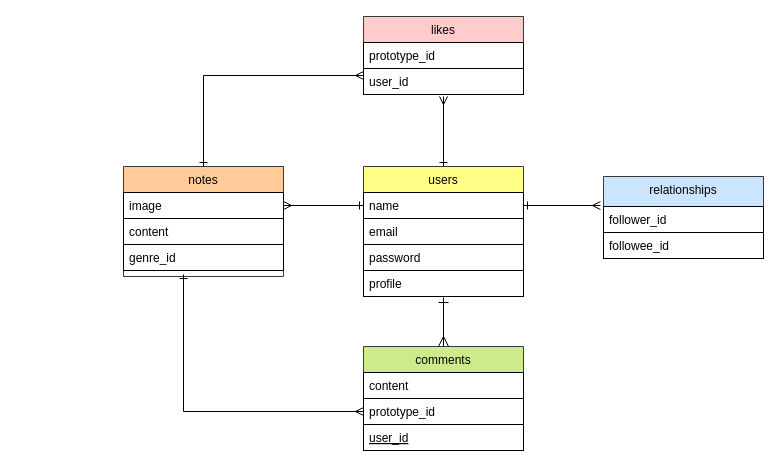
Earlier version of the draw.io diagram draw.dio (sakimomo/your_note). Source tidied: cells renumbered, new cells numbered last; positions are measured from the earlier drawing's top-left corner, leaving out a move shared by most shapes. Both pictures are drawn from the tidied source at 100%, with x=0, y=0 at pixel (123, 16).
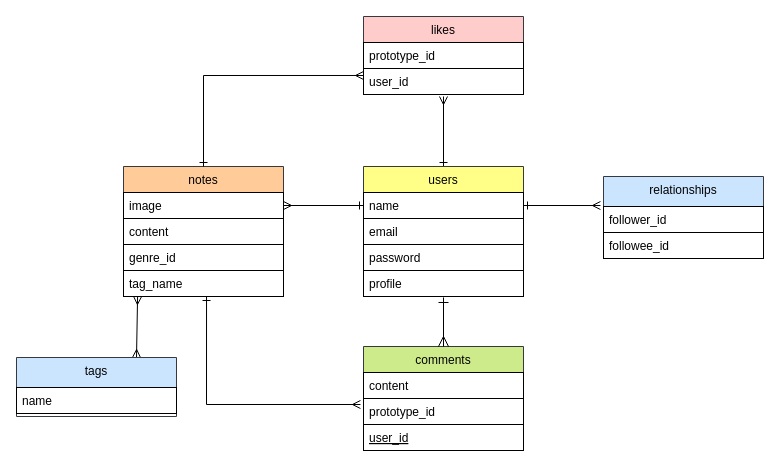
The same page after the edit.

Unchanged cells that the change refers to:
```xml
<mxCell id="5" value="genre_id" style="text;align=left;verticalAlign=top;spacingLeft=4;spacingRight=4;overflow=hidden;points=[[0,0.5],[1,0.5]];portConstraint=eastwest;rounded=0;shadow=0;html=0;strokeColor=default;" parent="2" vertex="1">
  <mxGeometry y="78" width="160" height="26" as="geometry" />
</mxCell>
<mxCell id="8" value="prototype_id" style="text;align=left;verticalAlign=top;spacingLeft=4;spacingRight=4;overflow=hidden;points=[[0,0.5],[1,0.5]];portConstraint=eastwest;rounded=0;shadow=0;html=0;strokeColor=default;" parent="6" vertex="1">
  <mxGeometry y="52" width="160" height="26" as="geometry" />
</mxCell>
```

Diff of the diagram source:
```diff
@@
     <mxCell id="2" value="notes" style="swimlane;fontStyle=0;align=center;verticalAlign=top;horizontal=1;startSize=26;rounded=0;shadow=0;strokeWidth=1;labelBackgroundColor=none;labelBorderColor=none;swimlaneFillColor=none;fillColor=#ffcc99;strokeColor=#36393d;fontColor=#000000;" parent="1" vertex="1">
-      <mxGeometry y="150" width="160" height="110" as="geometry" />
+      <mxGeometry y="150" width="160" height="130" as="geometry" />
     </mxCell>
@@
+    <mxCell id="27" value="tag_name" style="text;align=left;verticalAlign=top;spacingLeft=4;spacingRight=4;overflow=hidden;points=[[0,0.5],[1,0.5]];portConstraint=eastwest;rounded=0;shadow=0;html=0;strokeColor=default;" parent="2" vertex="1">
+      <mxGeometry y="104" width="160" height="26" as="geometry" />
+    </mxCell>
@@
-    <mxCell id="25" style="edgeStyle=orthogonalEdgeStyle;rounded=0;jettySize=auto;html=1;exitX=0;exitY=0.5;exitDx=0;exitDy=0;endArrow=ERone;endFill=0;startArrow=ERmany;startFill=0;entryX=0.375;entryY=1.154;entryDx=0;entryDy=0;entryPerimeter=0;" parent="1" edge="1" source="8" target="5">
-      <mxGeometry relative="1" as="geometry">
-        <Array as="points">
-          <mxPoint x="60" y="395" />
-        </Array>
-      </mxGeometry>
-    </mxCell>
@@
+    <mxCell id="28" style="edgeStyle=orthogonalEdgeStyle;rounded=0;jettySize=auto;html=1;exitX=0.519;exitY=1;exitDx=0;exitDy=0;entryX=-0.019;entryY=0.231;entryDx=0;entryDy=0;entryPerimeter=0;endArrow=ERmany;endFill=0;startArrow=ERone;startFill=0;exitPerimeter=0;" parent="1" edge="1" source="27" target="8">
+      <mxGeometry relative="1" as="geometry" />
+    </mxCell>
+    <mxCell id="29" style="edgeStyle=none;html=1;exitX=0.75;exitY=0;exitDx=0;exitDy=0;entryX=0.088;entryY=1;entryDx=0;entryDy=0;entryPerimeter=0;startArrow=ERmany;startFill=0;endArrow=ERmany;endFill=0;" parent="1" edge="1" source="30" target="27">
+      <mxGeometry relative="1" as="geometry" />
+    </mxCell>
+    <mxCell id="30" value="tags" style="swimlane;fontStyle=0;align=center;verticalAlign=top;horizontal=1;startSize=30;rounded=0;shadow=0;strokeWidth=1;fillColor=#cce5ff;strokeColor=#36393d;fontColor=#030303;" parent="1" vertex="1">
+      <mxGeometry x="-107" y="341" width="160" height="59" as="geometry" />
+    </mxCell>
+    <mxCell id="31" value="name" style="text;align=left;verticalAlign=top;spacingLeft=4;spacingRight=4;overflow=hidden;strokeColor=default;" parent="30" vertex="1">
+      <mxGeometry y="30" width="160" height="26" as="geometry" />
+    </mxCell>
```
